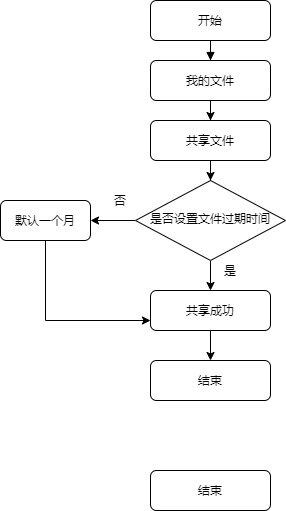
This is 文件共享流程图.png from deepinsea/draw, a draw.io export, as it was before one commit. Source tidied: cells renumbered, new cells last; positions are measured from the earlier drawing's top-left corner, leaving out a move shared by most shapes.
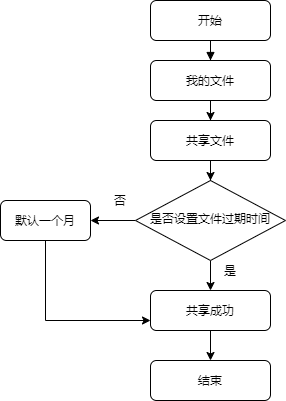
The same file after the commit.

Commit message:
更新文件共享流程图.png

Diff of the diagram source:
```diff
@@ -23,9 +23,6 @@
     <mxCell id="8" value="开始" style="rounded=1;whiteSpace=wrap;html=1;fontSize=12;glass=0;strokeWidth=1;shadow=0;" parent="1" vertex="1">
       <mxGeometry x="150" width="120" height="40" as="geometry" />
     </mxCell>
-    <mxCell id="9" value="结束" style="rounded=1;whiteSpace=wrap;html=1;fontSize=12;glass=0;strokeWidth=1;shadow=0;" parent="1" vertex="1">
-      <mxGeometry x="150" y="470" width="120" height="40" as="geometry" />
-    </mxCell>
     <mxCell id="10" style="edgeStyle=orthogonalEdgeStyle;rounded=0;jettySize=auto;html=1;entryX=0.5;entryY=0;entryDx=0;entryDy=0;" parent="1" edge="1" source="11" target="6">
       <mxGeometry relative="1" as="geometry" />
     </mxCell>
```
